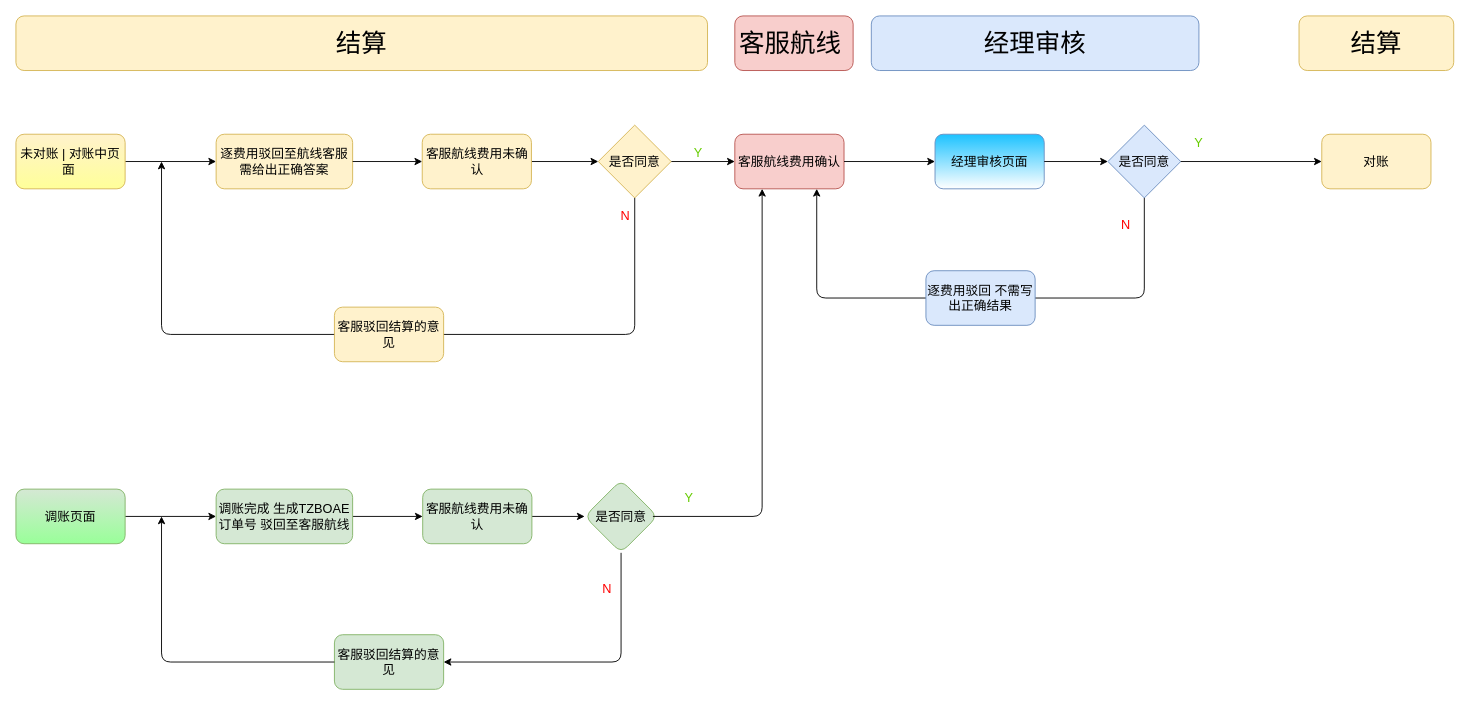
The draw.io diagram 新版流程图.drawio in DiggingSteve/Flow, before the edit. Source tidied: cells renumbered, new cells numbered last; positions are measured from the earlier drawing's top-left corner, leaving out a move shared by most shapes. Both pictures are drawn from the tidied source at 91%, with x=0, y=0 at pixel (15, 15).
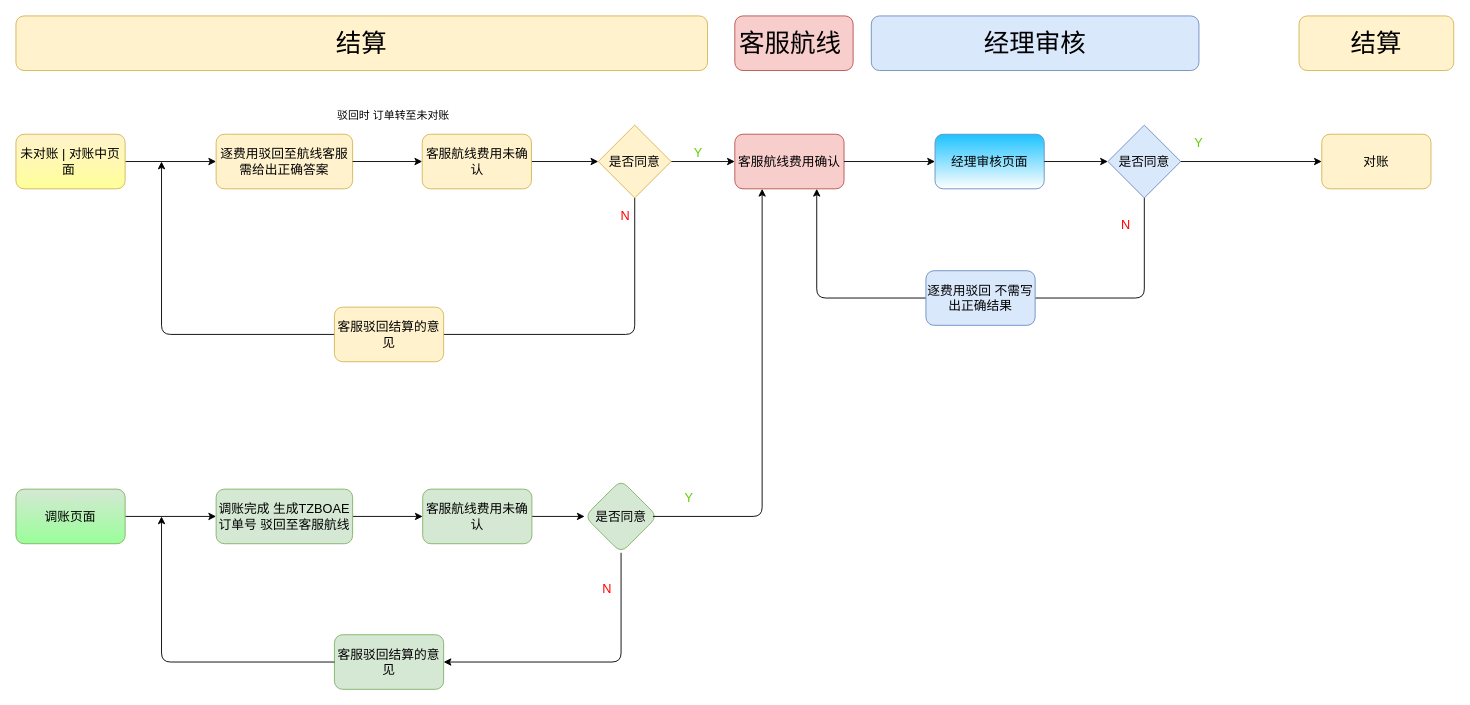
The same page after the edit.

Commit message:
已添加 新版流程图.drawio

The edit, as a diff of the source:
```diff
@@
+    <mxCell id="42" value="驳回时 订单转至未对账" style="text;html=1;strokeColor=none;fillColor=none;align=center;verticalAlign=middle;whiteSpace=wrap;rounded=0;" parent="1" vertex="1">
+      <mxGeometry x="340" y="100" width="150" height="20" as="geometry" />
+    </mxCell>
```
